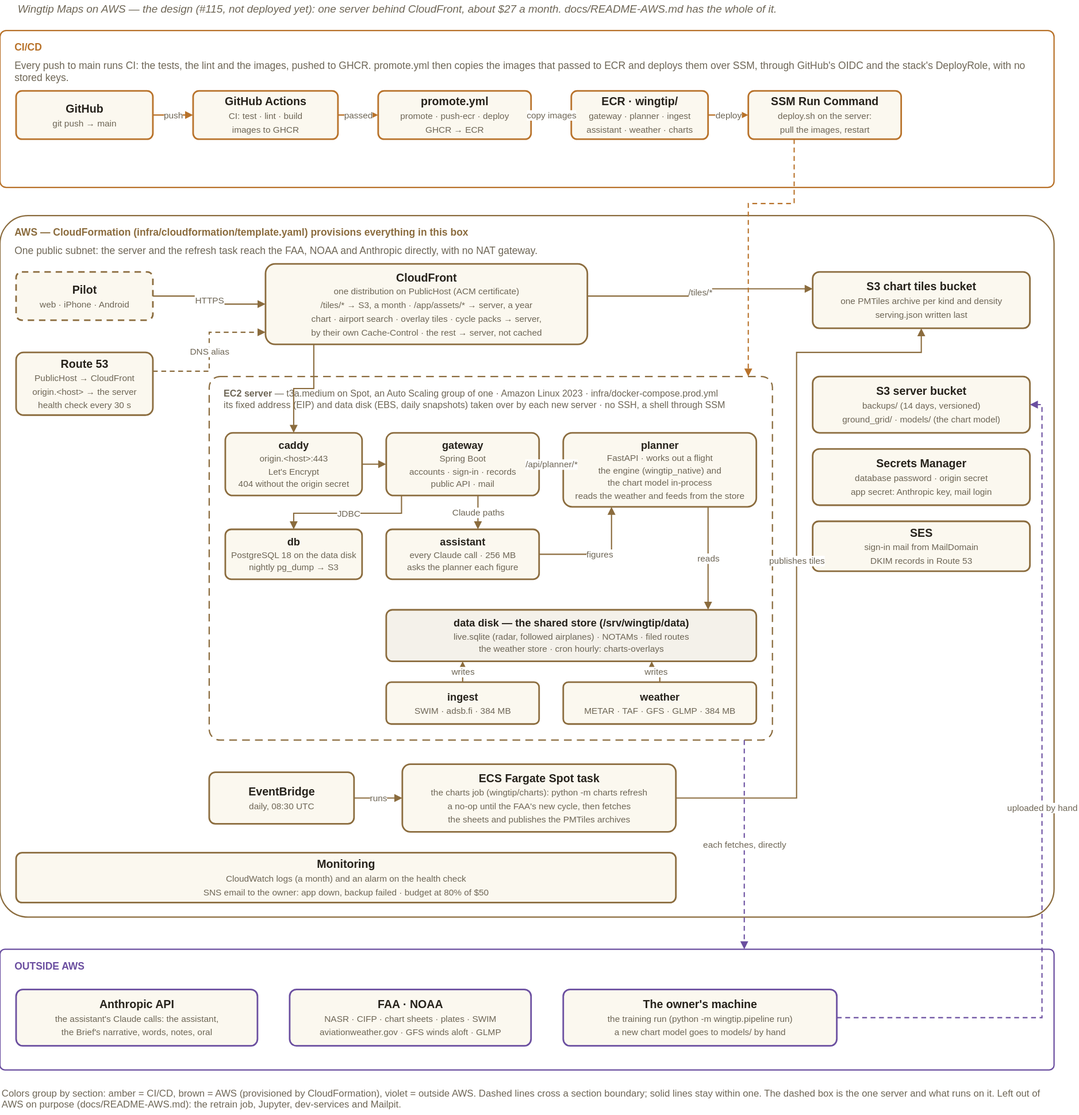
Above: docs/architecture-aws.svg in asdaq-samir/wingtip (draw.io), before the change. Source tidied: cells renumbered, new cells last; positions are measured from the earlier drawing's top-left corner, leaving out a move shared by most shapes.
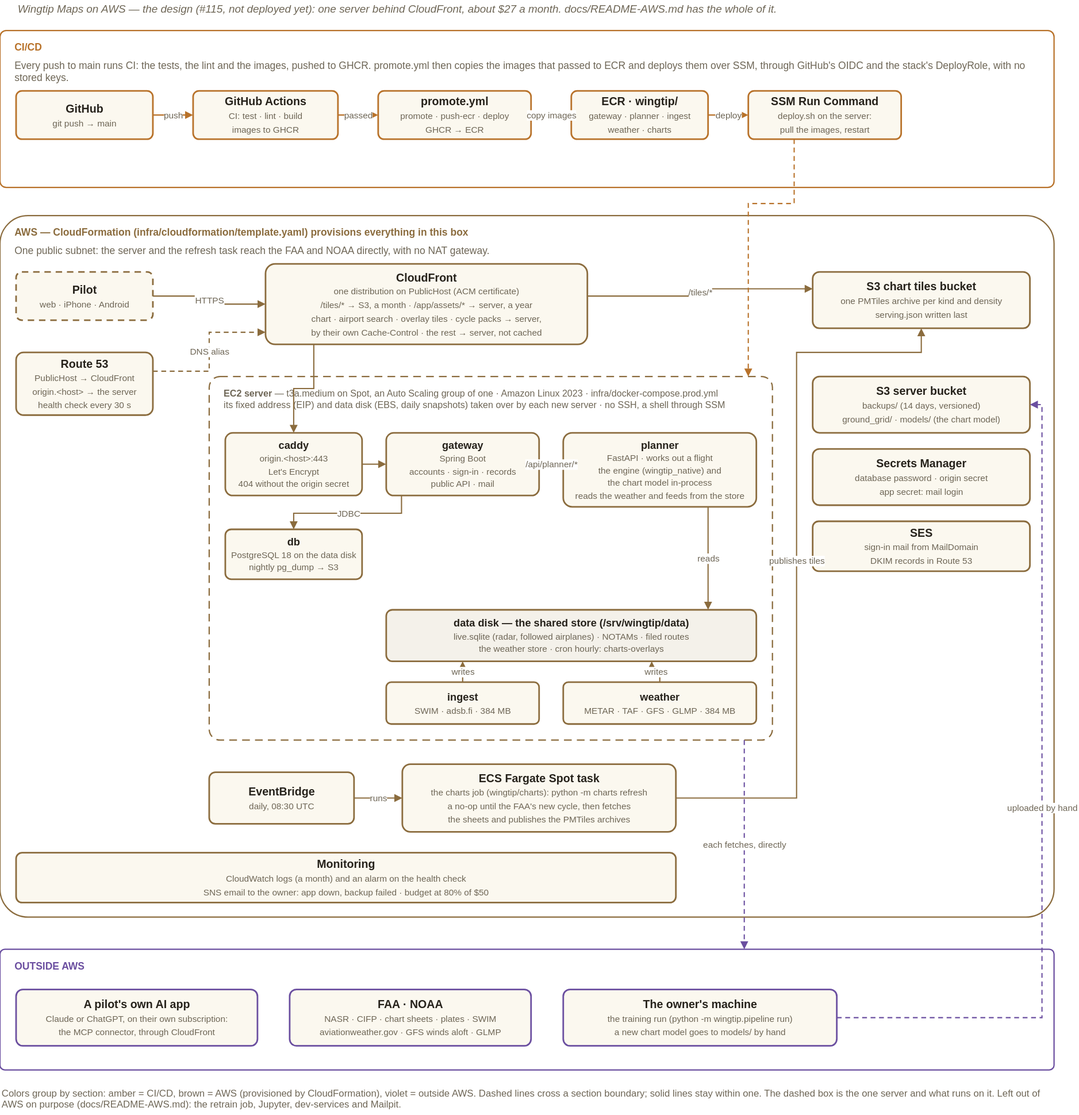
The same diagram one commit later.

What changed in the source:
```diff
@@ -23,7 +23,7 @@
     <mxCell id="8" value="&lt;b&gt;promote.yml&lt;/b&gt;&lt;br&gt;&lt;span style=&quot;font-size:11px;color:#6E6656;&quot;&gt;promote · push-ecr · deploy&lt;/span&gt;&lt;br&gt;&lt;span style=&quot;font-size:11px;color:#6E6656;&quot;&gt;GHCR → ECR&lt;/span&gt;" style="rounded=1;whiteSpace=wrap;html=1;arcSize=12;fillColor=#FBF8EF;strokeColor=#B8722A;strokeWidth=2;fontColor=#26221B;fontSize=14;verticalAlign=middle;spacing=4;" parent="1" vertex="1">
       <mxGeometry x="470" y="113" width="190" height="60" as="geometry" />
     </mxCell>
-    <mxCell id="9" value="&lt;b&gt;ECR · wingtip/&lt;/b&gt;&lt;br&gt;&lt;span style=&quot;font-size:11px;color:#6E6656;&quot;&gt;gateway · planner · ingest&lt;/span&gt;&lt;br&gt;&lt;span style=&quot;font-size:11px;color:#6E6656;&quot;&gt;assistant · weather · charts&lt;/span&gt;" style="rounded=1;whiteSpace=wrap;html=1;arcSize=12;fillColor=#FBF8EF;strokeColor=#B8722A;strokeWidth=2;fontColor=#26221B;fontSize=14;verticalAlign=middle;spacing=4;" parent="1" vertex="1">
+    <mxCell id="9" value="&lt;b&gt;ECR · wingtip/&lt;/b&gt;&lt;br&gt;&lt;span style=&quot;font-size:11px;color:#6E6656;&quot;&gt;gateway · planner · ingest&lt;/span&gt;&lt;br&gt;&lt;span style=&quot;font-size:11px;color:#6E6656;&quot;&gt;weather · charts&lt;/span&gt;" style="rounded=1;whiteSpace=wrap;html=1;arcSize=12;fillColor=#FBF8EF;strokeColor=#B8722A;strokeWidth=2;fontColor=#26221B;fontSize=14;verticalAlign=middle;spacing=4;" parent="1" vertex="1">
       <mxGeometry x="710" y="113" width="170" height="60" as="geometry" />
     </mxCell>
     <mxCell id="10" value="&lt;b&gt;SSM Run Command&lt;/b&gt;&lt;br&gt;&lt;span style=&quot;font-size:11px;color:#6E6656;&quot;&gt;deploy.sh on the server:&lt;/span&gt;&lt;br&gt;&lt;span style=&quot;font-size:11px;color:#6E6656;&quot;&gt;pull the images, restart&lt;/span&gt;" style="rounded=1;whiteSpace=wrap;html=1;arcSize=12;fillColor=#FBF8EF;strokeColor=#B8722A;strokeWidth=2;fontColor=#26221B;fontSize=14;verticalAlign=middle;spacing=4;" parent="1" vertex="1">
@@ -47,7 +47,7 @@
     <mxCell id="16" value="AWS — CloudFormation (infra/cloudformation/template.yaml) provisions everything in this box" style="text;html=1;fontSize=12.5;fontStyle=1;fontColor=#8B6C3E;align=left;verticalAlign=middle;" parent="1" vertex="1">
       <mxGeometry x="16" y="280" width="1278" height="18" as="geometry" />
     </mxCell>
-    <mxCell id="17" value="One public subnet: the server and the refresh task reach the FAA, NOAA and Anthropic directly, with no NAT gateway." style="text;html=1;whiteSpace=wrap;fontSize=12.5;fontColor=#6E6656;align=left;verticalAlign=top;" parent="1" vertex="1">
+    <mxCell id="17" value="One public subnet: the server and the refresh task reach the FAA and NOAA directly, with no NAT gateway." style="text;html=1;whiteSpace=wrap;fontSize=12.5;fontColor=#6E6656;align=left;verticalAlign=top;" parent="1" vertex="1">
       <mxGeometry x="16" y="298" width="1278" height="30" as="geometry" />
     </mxCell>
     <mxCell id="18" value="&lt;b&gt;Pilot&lt;/b&gt;&lt;br&gt;&lt;span style=&quot;font-size:11px;color:#6E6656;&quot;&gt;web · iPhone · Android&lt;/span&gt;" style="rounded=1;whiteSpace=wrap;html=1;arcSize=12;fillColor=#FBF8EF;strokeColor=#8B6C3E;strokeWidth=2;fontColor=#26221B;fontSize=14;verticalAlign=middle;spacing=4;dashed=1;dashPattern=4 3;" parent="1" vertex="1">
@@ -80,9 +80,6 @@
     <mxCell id="27" value="&lt;b&gt;db&lt;/b&gt;&lt;br&gt;&lt;span style=&quot;font-size:11px;color:#6E6656;&quot;&gt;PostgreSQL 18 on the data disk&lt;/span&gt;&lt;br&gt;&lt;span style=&quot;font-size:11px;color:#6E6656;&quot;&gt;nightly pg_dump → S3&lt;/span&gt;" style="rounded=1;whiteSpace=wrap;html=1;arcSize=12;fillColor=#FBF8EF;strokeColor=#8B6C3E;strokeWidth=2;fontColor=#26221B;fontSize=13;verticalAlign=middle;spacing=4;" parent="1" vertex="1">
       <mxGeometry x="280" y="658" width="170" height="62" as="geometry" />
     </mxCell>
-    <mxCell id="28" value="&lt;b&gt;assistant&lt;/b&gt;&lt;br&gt;&lt;span style=&quot;font-size:11px;color:#6E6656;&quot;&gt;every Claude call · 256 MB&lt;/span&gt;&lt;br&gt;&lt;span style=&quot;font-size:11px;color:#6E6656;&quot;&gt;asks the planner each figure&lt;/span&gt;" style="rounded=1;whiteSpace=wrap;html=1;arcSize=12;fillColor=#FBF8EF;strokeColor=#8B6C3E;strokeWidth=2;fontColor=#26221B;fontSize=13;verticalAlign=middle;spacing=4;" parent="1" vertex="1">
-      <mxGeometry x="480" y="658" width="190" height="62" as="geometry" />
-    </mxCell>
     <mxCell id="29" value="&lt;b&gt;data disk — the shared store (/srv/wingtip/data)&lt;/b&gt;&lt;br&gt;&lt;span style=&quot;font-size:11px;color:#6E6656;&quot;&gt;live.sqlite (radar, followed airplanes) · NOTAMs · filed routes&lt;/span&gt;&lt;br&gt;&lt;span style=&quot;font-size:11px;color:#6E6656;&quot;&gt;the weather store · cron hourly: charts-overlays&lt;/span&gt;" style="rounded=1;whiteSpace=wrap;html=1;arcSize=12;fillColor=#F4F1EA;strokeColor=#8B6C3E;strokeWidth=2;fontColor=#26221B;fontSize=13;verticalAlign=middle;spacing=4;" parent="1" vertex="1">
       <mxGeometry x="480" y="758" width="460" height="64" as="geometry" />
     </mxCell>
@@ -95,7 +92,7 @@
     <mxCell id="32" value="&lt;b&gt;S3 server bucket&lt;/b&gt;&lt;br&gt;&lt;span style=&quot;font-size:11px;color:#6E6656;&quot;&gt;backups/ (14 days, versioned)&lt;/span&gt;&lt;br&gt;&lt;span style=&quot;font-size:11px;color:#6E6656;&quot;&gt;ground_grid/ · models/ (the chart model)&lt;/span&gt;" style="rounded=1;whiteSpace=wrap;html=1;arcSize=12;fillColor=#FBF8EF;strokeColor=#8B6C3E;strokeWidth=2;fontColor=#26221B;fontSize=14;verticalAlign=middle;spacing=4;" parent="1" vertex="1">
       <mxGeometry x="1010" y="468" width="270" height="70" as="geometry" />
     </mxCell>
-    <mxCell id="33" value="&lt;b&gt;Secrets Manager&lt;/b&gt;&lt;br&gt;&lt;span style=&quot;font-size:11px;color:#6E6656;&quot;&gt;database password · origin secret&lt;/span&gt;&lt;br&gt;&lt;span style=&quot;font-size:11px;color:#6E6656;&quot;&gt;app secret: Anthropic key, mail login&lt;/span&gt;" style="rounded=1;whiteSpace=wrap;html=1;arcSize=12;fillColor=#FBF8EF;strokeColor=#8B6C3E;strokeWidth=2;fontColor=#26221B;fontSize=14;verticalAlign=middle;spacing=4;" parent="1" vertex="1">
+    <mxCell id="33" value="&lt;b&gt;Secrets Manager&lt;/b&gt;&lt;br&gt;&lt;span style=&quot;font-size:11px;color:#6E6656;&quot;&gt;database password · origin secret&lt;/span&gt;&lt;br&gt;&lt;span style=&quot;font-size:11px;color:#6E6656;&quot;&gt;app secret: mail login&lt;/span&gt;" style="rounded=1;whiteSpace=wrap;html=1;arcSize=12;fillColor=#FBF8EF;strokeColor=#8B6C3E;strokeWidth=2;fontColor=#26221B;fontSize=14;verticalAlign=middle;spacing=4;" parent="1" vertex="1">
       <mxGeometry x="1010" y="558" width="270" height="70" as="geometry" />
     </mxCell>
     <mxCell id="34" value="&lt;b&gt;SES&lt;/b&gt;&lt;br&gt;&lt;span style=&quot;font-size:11px;color:#6E6656;&quot;&gt;sign-in mail from MailDomain&lt;/span&gt;&lt;br&gt;&lt;span style=&quot;font-size:11px;color:#6E6656;&quot;&gt;DKIM records in Route 53&lt;/span&gt;" style="rounded=1;whiteSpace=wrap;html=1;arcSize=12;fillColor=#FBF8EF;strokeColor=#8B6C3E;strokeWidth=2;fontColor=#26221B;fontSize=14;verticalAlign=middle;spacing=4;" parent="1" vertex="1">
@@ -136,12 +133,6 @@
         </Array>
       </mxGeometry>
     </mxCell>
-    <mxCell id="45" value="Claude paths" style="edgeStyle=orthogonalEdgeStyle;rounded=0;html=1;strokeColor=#8B6C3E;strokeWidth=1.5;exitX=0.6000;exitY=1.0000;exitDx=0;exitDy=0;entryX=0.6000;entryY=0.0000;entryDx=0;entryDy=0;fontSize=11;fontColor=#6E6656;labelBackgroundColor=#FFFFFF;endArrow=block;endFill=1;" parent="1" edge="1" source="25" target="28">
-      <mxGeometry relative="1" as="geometry" />
-    </mxCell>
-    <mxCell id="46" value="figures" style="edgeStyle=orthogonalEdgeStyle;rounded=0;html=1;strokeColor=#8B6C3E;strokeWidth=1.5;exitX=1.0000;exitY=0.5000;exitDx=0;exitDy=0;entryX=0.2500;entryY=1.0000;entryDx=0;entryDy=0;fontSize=11;fontColor=#6E6656;labelBackgroundColor=#FFFFFF;endArrow=block;endFill=1;" parent="1" edge="1" source="28" target="26">
-      <mxGeometry relative="1" as="geometry" />
-    </mxCell>
     <mxCell id="47" value="reads" style="edgeStyle=orthogonalEdgeStyle;rounded=0;html=1;strokeColor=#8B6C3E;strokeWidth=1.5;exitX=0.7500;exitY=1.0000;exitDx=0;exitDy=0;entryX=0.8696;entryY=0.0000;entryDx=0;entryDy=0;fontSize=11;fontColor=#6E6656;labelBackgroundColor=#FFFFFF;endArrow=block;endFill=1;" parent="1" edge="1" source="26" target="29">
       <mxGeometry relative="1" as="geometry" />
     </mxCell>
@@ -177,9 +168,9 @@
     <mxCell id="54" value="OUTSIDE AWS" style="text;html=1;fontSize=12.5;fontStyle=1;fontColor=#6B4FA0;align=left;verticalAlign=middle;" parent="1" vertex="1">
       <mxGeometry x="16" y="1192" width="1278" height="18" as="geometry" />
     </mxCell>
-    <mxCell id="55" value="&lt;b&gt;Anthropic API&lt;/b&gt;&lt;br&gt;&lt;span style=&quot;font-size:11px;color:#6E6656;&quot;&gt;the assistant's Claude calls: the assistant,&lt;/span&gt;&lt;br&gt;&lt;span style=&quot;font-size:11px;color:#6E6656;&quot;&gt;the Brief's narrative, words, notes, oral&lt;/span&gt;" style="rounded=1;whiteSpace=wrap;html=1;arcSize=12;fillColor=#FBF8EF;strokeColor=#6B4FA0;strokeWidth=2;fontColor=#26221B;fontSize=14;verticalAlign=middle;spacing=4;" parent="1" vertex="1">
-      <mxGeometry x="20" y="1230" width="300" height="70" as="geometry" />
-    </mxCell>
+    <mxCell id="61" value="&lt;b&gt;A pilot's own AI app&lt;/b&gt;&lt;br&gt;&lt;span style=&quot;font-size:11px;color:#6E6656;&quot;&gt;Claude or ChatGPT, on their own subscription:&lt;/span&gt;&lt;br&gt;&lt;span style=&quot;font-size:11px;color:#6E6656;&quot;&gt;the MCP connector, through CloudFront&lt;/span&gt;" style="rounded=1;whiteSpace=wrap;html=1;arcSize=12;fillColor=#FBF8EF;strokeColor=#6B4FA0;strokeWidth=2;fontColor=#26221B;fontSize=14;verticalAlign=middle;spacing=4;" parent="1" vertex="1">
+      <mxGeometry x="20" y="1230" width="300" height="70" as="geometry" />
+    </mxCell>
     <mxCell id="56" value="&lt;b&gt;FAA · NOAA&lt;/b&gt;&lt;br&gt;&lt;span style=&quot;font-size:11px;color:#6E6656;&quot;&gt;NASR · CIFP · chart sheets · plates · SWIM&lt;/span&gt;&lt;br&gt;&lt;span style=&quot;font-size:11px;color:#6E6656;&quot;&gt;aviationweather.gov · GFS winds aloft · GLMP&lt;/span&gt;" style="rounded=1;whiteSpace=wrap;html=1;arcSize=12;fillColor=#FBF8EF;strokeColor=#6B4FA0;strokeWidth=2;fontColor=#26221B;fontSize=14;verticalAlign=middle;spacing=4;" parent="1" vertex="1">
       <mxGeometry x="360" y="1230" width="300" height="70" as="geometry" />
     </mxCell>
```
